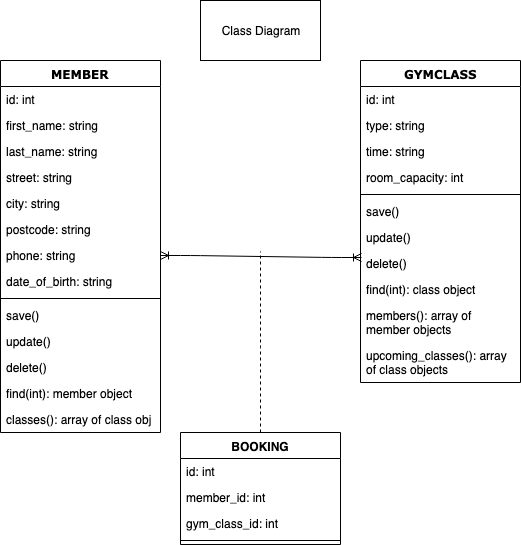
The draw.io diagram planning/gym_class_diagram.png in gadgetguy82/gym_project, before a commit. Source tidied: cells renumbered, new cells last; positions are measured from the earlier drawing's top-left corner, leaving out a move shared by most shapes.
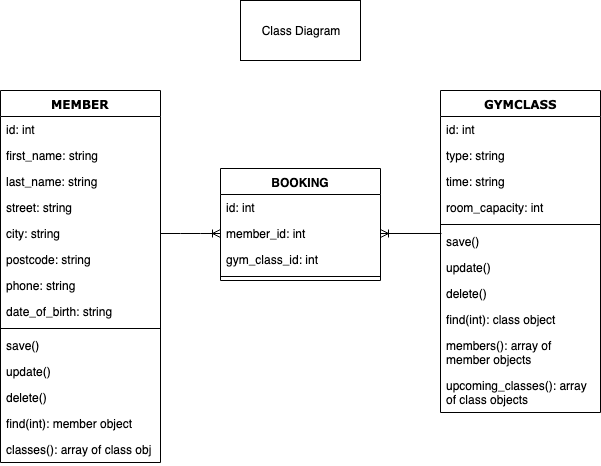
Later version of the same file.

The edit, as a diff of the source:
```diff
@@ -3,7 +3,7 @@
     <mxCell id="0" />
     <mxCell id="1" parent="0" />
     <mxCell id="2" value="MEMBER" style="swimlane;html=1;fontStyle=1;align=center;verticalAlign=top;horizontal=1;startSize=26;swimlaneFillColor=#ffffff;rounded=0;shadow=0;comic=0;labelBackgroundColor=none;strokeColor=#000000;strokeWidth=1;fillColor=none;fontFamily=Verdana;fontSize=12;fontColor=#000000;" parent="1" vertex="1">
-      <mxGeometry y="60" width="160" height="372" as="geometry" />
+      <mxGeometry x="-40" y="90" width="160" height="372" as="geometry" />
     </mxCell>
     <mxCell id="3" value="id: int" style="text;html=1;strokeColor=none;fillColor=none;align=left;verticalAlign=top;spacingLeft=4;spacingRight=4;whiteSpace=wrap;overflow=hidden;" parent="2" vertex="1">
       <mxGeometry y="26" width="160" height="26" as="geometry" />
@@ -48,7 +48,7 @@
       <mxGeometry y="346" width="160" height="26" as="geometry" />
     </mxCell>
     <mxCell id="17" value="GYMCLASS" style="swimlane;html=1;fontStyle=1;align=center;verticalAlign=top;horizontal=1;startSize=26;swimlaneFillColor=#ffffff;rounded=0;shadow=0;comic=0;labelBackgroundColor=none;strokeColor=#000000;strokeWidth=1;fillColor=none;fontFamily=Verdana;fontSize=12;fontColor=#000000;" parent="1" vertex="1">
-      <mxGeometry x="360" y="60" width="160" height="322" as="geometry" />
+      <mxGeometry x="400" y="90" width="160" height="322" as="geometry" />
     </mxCell>
     <mxCell id="18" value="id: int" style="text;html=1;strokeColor=none;fillColor=none;align=left;verticalAlign=top;spacingLeft=4;spacingRight=4;whiteSpace=wrap;overflow=hidden;" parent="17" vertex="1">
       <mxGeometry y="26" width="160" height="26" as="geometry" />
@@ -83,16 +83,8 @@
     <mxCell id="28" value="upcoming_classes(): array of class objects" style="text;html=1;strokeColor=none;fillColor=none;align=left;verticalAlign=top;spacingLeft=4;spacingRight=4;whiteSpace=wrap;overflow=hidden;" parent="17" vertex="1">
       <mxGeometry y="282" width="160" height="40" as="geometry" />
     </mxCell>
-    <mxCell id="29" style="endArrow=none;dashed=1;html=1;exitX=0.5;exitY=0;exitDx=0;exitDy=0;" parent="1" edge="1" source="30">
-      <mxGeometry relative="1" as="geometry">
-        <mxPoint x="260" y="251" as="targetPoint" />
-        <Array as="points">
-          <mxPoint x="260" y="337" />
-        </Array>
-      </mxGeometry>
-    </mxCell>
     <mxCell id="30" value="BOOKING" style="swimlane;fontStyle=1;align=center;verticalAlign=top;horizontal=1;startSize=26;" parent="1" vertex="1">
-      <mxGeometry x="180" y="432" width="160" height="112" as="geometry" />
+      <mxGeometry x="180" y="168" width="160" height="112" as="geometry" />
     </mxCell>
     <mxCell id="31" value="id: int" style="text;strokeColor=none;fillColor=none;align=left;verticalAlign=top;spacingLeft=4;spacingRight=4;overflow=hidden;" parent="30" vertex="1">
       <mxGeometry y="26" width="160" height="26" as="geometry" />
@@ -106,14 +98,17 @@
     <mxCell id="34" style="line;strokeWidth=1;fillColor=none;align=left;verticalAlign=middle;spacingTop=-1;spacingLeft=3;spacingRight=3;labelPosition=right;" parent="30" vertex="1">
       <mxGeometry y="104" width="160" height="8" as="geometry" />
     </mxCell>
-    <mxCell id="35" style="edgeStyle=entityRelationEdgeStyle;fontSize=12;html=1;endArrow=ERoneToMany;startArrow=ERoneToMany;entryX=0.006;entryY=0.269;entryDx=0;entryDy=0;exitX=1;exitY=0.5;exitDx=0;exitDy=0;entryPerimeter=0;" parent="1" edge="1" source="9" target="25">
-      <mxGeometry relative="1" as="geometry" />
-    </mxCell>
     <mxCell id="36" style="rounded=0;whiteSpace=wrap;html=1;" parent="1" vertex="1">
       <mxGeometry x="200" width="120" height="60" as="geometry" />
     </mxCell>
     <mxCell id="37" value="Class Diagram" style="text;html=1;strokeColor=none;fillColor=none;align=center;verticalAlign=middle;whiteSpace=wrap;rounded=0;" parent="1" vertex="1">
       <mxGeometry x="215" y="20" width="90" height="20" as="geometry" />
     </mxCell>
+    <mxCell id="38" style="edgeStyle=entityRelationEdgeStyle;fontSize=12;html=1;endArrow=ERoneToMany;exitX=1;exitY=0.5;exitDx=0;exitDy=0;entryX=0;entryY=0.5;entryDx=0;entryDy=0;" parent="1" edge="1" source="7" target="32">
+      <mxGeometry relative="1" as="geometry" />
+    </mxCell>
+    <mxCell id="39" style="fontSize=12;html=1;endArrow=ERoneToMany;exitX=0.006;exitY=0.192;exitDx=0;exitDy=0;exitPerimeter=0;entryX=1;entryY=0.5;entryDx=0;entryDy=0;" parent="1" edge="1" source="23" target="32">
+      <mxGeometry relative="1" as="geometry" />
+    </mxCell>
   </root>
 </mxGraphModel>
```
